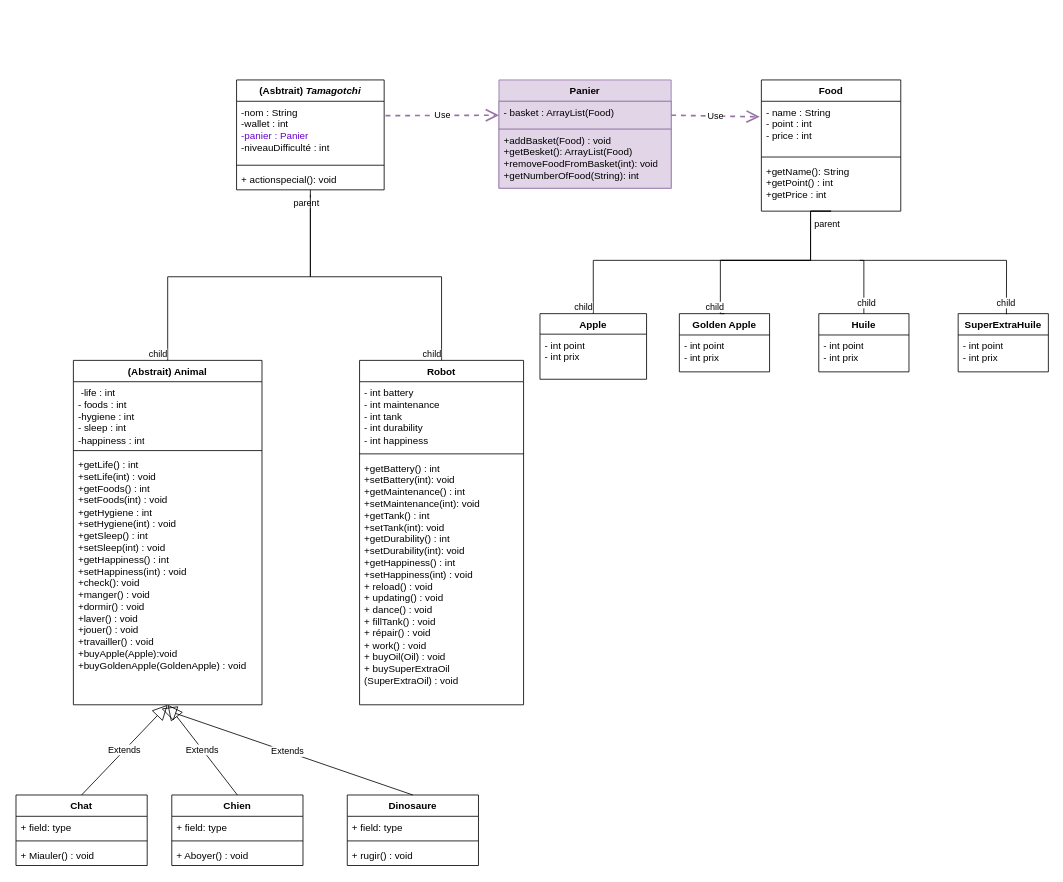
The draw.io diagram DiagramClasseA3.drawio in BMaurice56/Tamagotchi, before the edit. Source tidied: cells renumbered, new cells numbered last; positions are measured from the earlier drawing's top-left corner, leaving out a move shared by most shapes. Both pictures are drawn from the tidied source at 82%, with x=0, y=0 at pixel (16, 80).
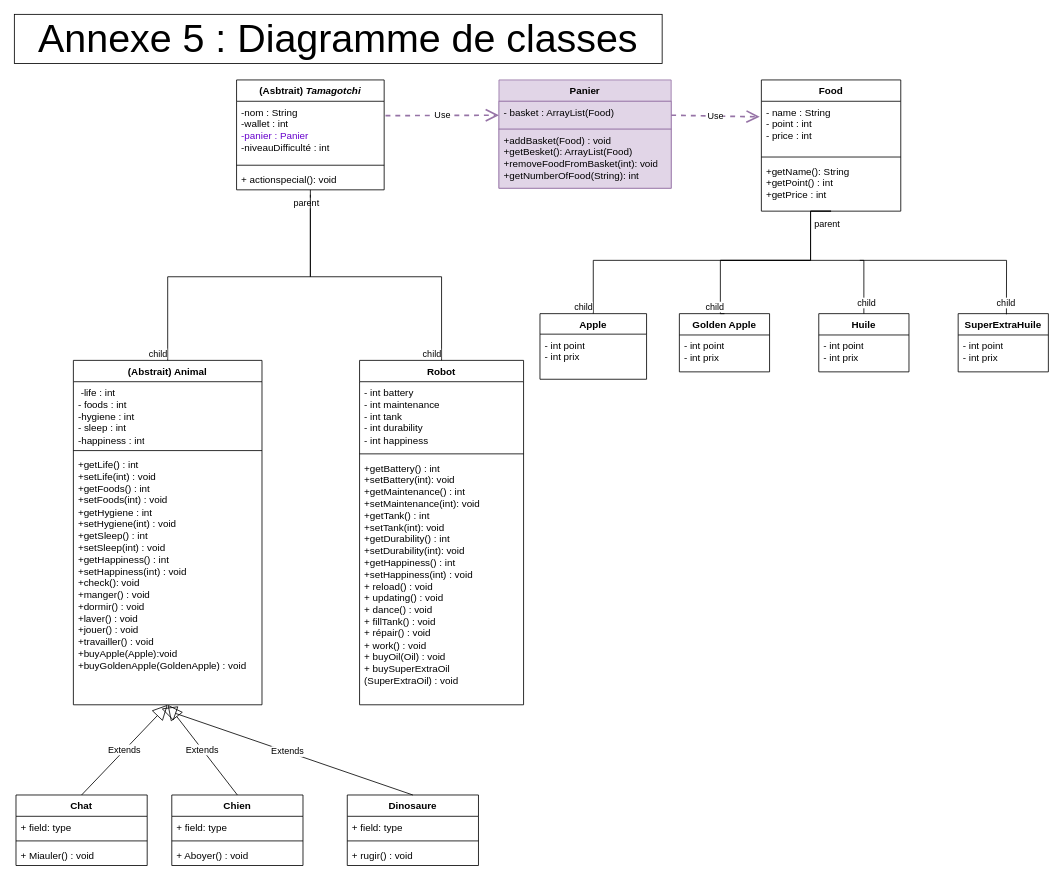
Above is the later version.

Commit message:
Mettre à jour DiagramClasseA3.drawio

What changed in the source:
```diff
@@
+    <mxCell id="61" value="&lt;font style=&quot;font-size: 48px;&quot;&gt;Annexe 5 : Diagramme de classes&lt;/font&gt;" style="rounded=0;whiteSpace=wrap;html=1;" parent="1" vertex="1">
+      <mxGeometry x="-2" y="-80" width="790" height="60" as="geometry" />
+    </mxCell>
```
